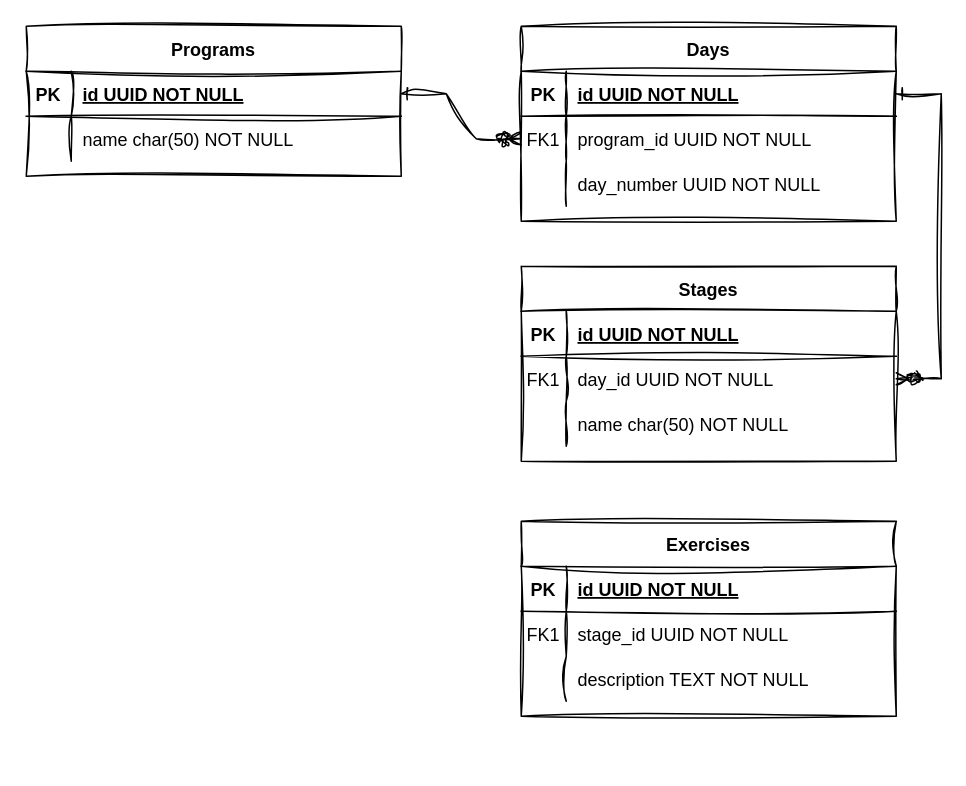
This is workout-tracker.drawio from cjcoops/workout-tracker, a draw.io file, before an edit. Source tidied: cells renumbered, new cells numbered last; positions are measured from the earlier drawing's top-left corner, leaving out a move shared by most shapes. Both pictures are drawn from the tidied source at 150%, with x=0, y=0 at pixel (26, 26).
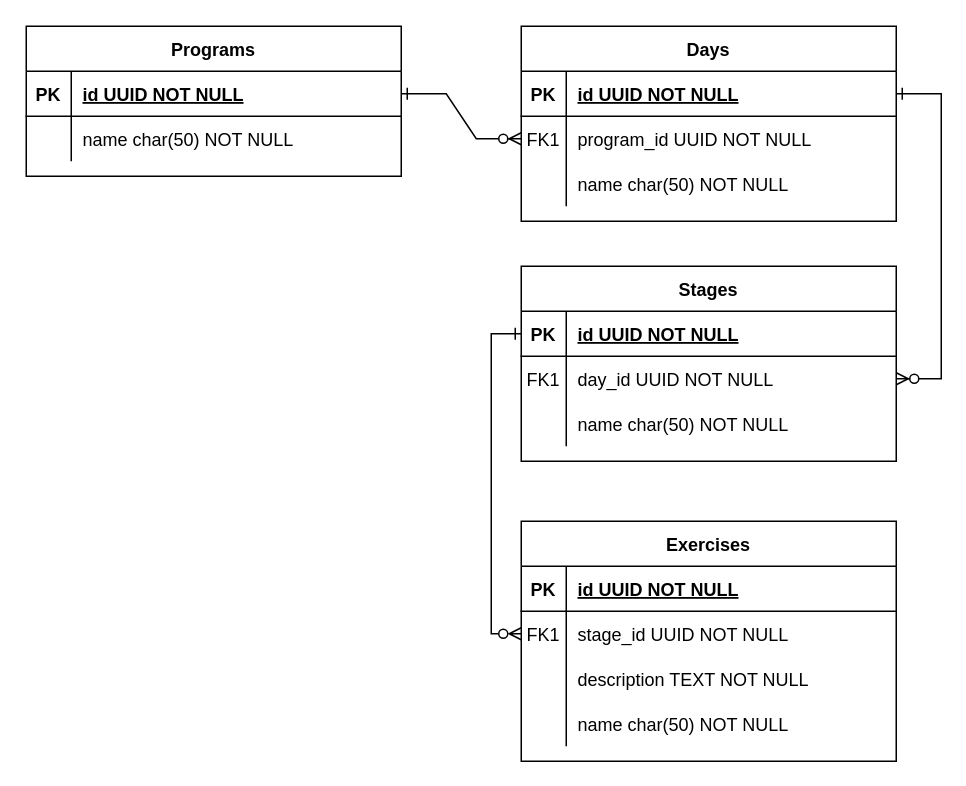
The same page after the edit.

What changed in the source:
```diff
@@
-    <mxCell id="2" style="edgeStyle=entityRelationEdgeStyle;endArrow=ERzeroToMany;startArrow=ERone;endFill=1;startFill=0;rounded=0;sketch=1;curveFitting=1;jiggle=2;" parent="1" edge="1" source="25" target="8">
+    <mxCell id="2" style="edgeStyle=entityRelationEdgeStyle;endArrow=ERzeroToMany;startArrow=ERone;endFill=1;startFill=0;rounded=0;" parent="1" edge="1" source="25" target="8">
       <mxGeometry relative="1" as="geometry" />
     </mxCell>
-    <mxCell id="3" style="edgeStyle=entityRelationEdgeStyle;endArrow=ERzeroToMany;startArrow=ERone;endFill=1;startFill=0;rounded=0;sketch=1;curveFitting=1;jiggle=2;" parent="1" edge="1" source="5" target="18">
+    <mxCell id="3" style="edgeStyle=entityRelationEdgeStyle;endArrow=ERzeroToMany;startArrow=ERone;endFill=1;startFill=0;rounded=0;" parent="1" edge="1" source="5" target="18">
       <mxGeometry relative="1" as="geometry" />
     </mxCell>
-    <mxCell id="4" value="Days" style="shape=table;startSize=30;childLayout=tableLayout;rowLines=0;fontStyle=1;align=center;rounded=0;sketch=1;curveFitting=1;jiggle=2;" parent="1" vertex="1">
+    <mxCell id="4" value="Days" style="shape=table;startSize=30;childLayout=tableLayout;rowLines=0;fontStyle=1;align=center;rounded=0;" parent="1" vertex="1">
       <mxGeometry x="330" width="250" height="130" as="geometry" />
     </mxCell>
-    <mxCell id="5" style="shape=partialRectangle;fillColor=none;points=[[0,0.5],[1,0.5]];portConstraint=eastwest;top=0;left=0;right=0;bottom=1;rounded=0;sketch=1;curveFitting=1;jiggle=2;" parent="4" vertex="1">
+    <mxCell id="5" style="shape=partialRectangle;fillColor=none;points=[[0,0.5],[1,0.5]];portConstraint=eastwest;top=0;left=0;right=0;bottom=1;rounded=0;" parent="4" vertex="1">
       <mxGeometry y="30" width="250" height="30" as="geometry" />
     </mxCell>
-    <mxCell id="6" value="PK" style="shape=partialRectangle;overflow=hidden;fillColor=none;top=0;left=0;bottom=0;right=0;fontStyle=1;rounded=0;sketch=1;curveFitting=1;jiggle=2;" parent="5" vertex="1">
+    <mxCell id="6" value="PK" style="shape=partialRectangle;overflow=hidden;fillColor=none;top=0;left=0;bottom=0;right=0;fontStyle=1;rounded=0;" parent="5" vertex="1">
       <mxGeometry width="30" height="30" as="geometry" />
     </mxCell>
-    <mxCell id="7" value="id UUID NOT NULL " style="shape=partialRectangle;overflow=hidden;fillColor=none;top=0;left=0;bottom=0;right=0;align=left;spacingLeft=6;fontStyle=5;rounded=0;sketch=1;curveFitting=1;jiggle=2;" parent="5" vertex="1">
+    <mxCell id="7" value="id UUID NOT NULL " style="shape=partialRectangle;overflow=hidden;fillColor=none;top=0;left=0;bottom=0;right=0;align=left;spacingLeft=6;fontStyle=5;rounded=0;" parent="5" vertex="1">
       <mxGeometry x="30" width="220" height="30" as="geometry" />
     </mxCell>
-    <mxCell id="8" style="shape=partialRectangle;fillColor=none;points=[[0,0.5],[1,0.5]];portConstraint=eastwest;top=0;left=0;right=0;bottom=0;rounded=0;sketch=1;curveFitting=1;jiggle=2;" parent="4" vertex="1">
+    <mxCell id="8" style="shape=partialRectangle;fillColor=none;points=[[0,0.5],[1,0.5]];portConstraint=eastwest;top=0;left=0;right=0;bottom=0;rounded=0;" parent="4" vertex="1">
       <mxGeometry y="60" width="250" height="30" as="geometry" />
     </mxCell>
-    <mxCell id="9" value="FK1" style="shape=partialRectangle;overflow=hidden;fillColor=none;top=0;left=0;bottom=0;right=0;rounded=0;sketch=1;curveFitting=1;jiggle=2;" parent="8" vertex="1">
+    <mxCell id="9" value="FK1" style="shape=partialRectangle;overflow=hidden;fillColor=none;top=0;left=0;bottom=0;right=0;rounded=0;" parent="8" vertex="1">
       <mxGeometry width="30" height="30" as="geometry" />
     </mxCell>
-    <mxCell id="10" value="program_id UUID NOT NULL" style="shape=partialRectangle;overflow=hidden;fillColor=none;top=0;left=0;bottom=0;right=0;align=left;spacingLeft=6;rounded=0;sketch=1;curveFitting=1;jiggle=2;" parent="8" vertex="1">
+    <mxCell id="10" value="program_id UUID NOT NULL" style="shape=partialRectangle;overflow=hidden;fillColor=none;top=0;left=0;bottom=0;right=0;align=left;spacingLeft=6;rounded=0;" parent="8" vertex="1">
       <mxGeometry x="30" width="220" height="30" as="geometry" />
     </mxCell>
-    <mxCell id="11" style="shape=partialRectangle;fillColor=none;top=0;left=0;right=0;bottom=0;rounded=0;sketch=1;curveFitting=1;jiggle=2;" parent="4" vertex="1">
+    <mxCell id="11" style="shape=partialRectangle;fillColor=none;top=0;left=0;right=0;bottom=0;rounded=0;" parent="4" vertex="1">
       <mxGeometry y="90" width="250" height="30" as="geometry" />
     </mxCell>
-    <mxCell id="12" style="shape=partialRectangle;overflow=hidden;fillColor=none;top=0;left=0;bottom=0;right=0;rounded=0;sketch=1;curveFitting=1;jiggle=2;" parent="11" vertex="1">
+    <mxCell id="12" style="shape=partialRectangle;overflow=hidden;fillColor=none;top=0;left=0;bottom=0;right=0;rounded=0;" parent="11" vertex="1">
       <mxGeometry width="30" height="30" as="geometry" />
     </mxCell>
-    <mxCell id="13" value="day_number UUID NOT NULL" style="shape=partialRectangle;overflow=hidden;fillColor=none;top=0;left=0;bottom=0;right=0;align=left;spacingLeft=6;rounded=0;sketch=1;curveFitting=1;jiggle=2;" parent="11" vertex="1">
+    <mxCell id="13" value="name char(50) NOT NULL" style="shape=partialRectangle;overflow=hidden;fillColor=none;top=0;left=0;bottom=0;right=0;align=left;spacingLeft=6;rounded=0;" parent="11" vertex="1">
       <mxGeometry x="30" width="220" height="30" as="geometry" />
     </mxCell>
-    <mxCell id="14" value="Stages" style="shape=table;startSize=30;childLayout=tableLayout;rowLines=0;fontStyle=1;align=center;rounded=0;sketch=1;curveFitting=1;jiggle=2;" parent="1" vertex="1">
+    <mxCell id="14" value="Stages" style="shape=table;startSize=30;childLayout=tableLayout;rowLines=0;fontStyle=1;align=center;rounded=0;" parent="1" vertex="1">
       <mxGeometry x="330" y="160" width="250" height="130" as="geometry" />
     </mxCell>
-    <mxCell id="15" style="shape=partialRectangle;fillColor=none;points=[[0,0.5],[1,0.5]];portConstraint=eastwest;top=0;left=0;right=0;bottom=1;rounded=0;sketch=1;curveFitting=1;jiggle=2;" parent="14" vertex="1">
+    <mxCell id="15" style="shape=partialRectangle;fillColor=none;points=[[0,0.5],[1,0.5]];portConstraint=eastwest;top=0;left=0;right=0;bottom=1;rounded=0;" parent="14" vertex="1">
       <mxGeometry y="30" width="250" height="30" as="geometry" />
     </mxCell>
-    <mxCell id="16" value="PK" style="shape=partialRectangle;overflow=hidden;fillColor=none;top=0;left=0;bottom=0;right=0;fontStyle=1;rounded=0;sketch=1;curveFitting=1;jiggle=2;" parent="15" vertex="1">
+    <mxCell id="16" value="PK" style="shape=partialRectangle;overflow=hidden;fillColor=none;top=0;left=0;bottom=0;right=0;fontStyle=1;rounded=0;" parent="15" vertex="1">
       <mxGeometry width="30" height="30" as="geometry" />
     </mxCell>
-    <mxCell id="17" value="id UUID NOT NULL " style="shape=partialRectangle;overflow=hidden;fillColor=none;top=0;left=0;bottom=0;right=0;align=left;spacingLeft=6;fontStyle=5;rounded=0;sketch=1;curveFitting=1;jiggle=2;" parent="15" vertex="1">
+    <mxCell id="17" value="id UUID NOT NULL " style="shape=partialRectangle;overflow=hidden;fillColor=none;top=0;left=0;bottom=0;right=0;align=left;spacingLeft=6;fontStyle=5;rounded=0;" parent="15" vertex="1">
       <mxGeometry x="30" width="220" height="30" as="geometry" />
     </mxCell>
-    <mxCell id="18" style="shape=partialRectangle;fillColor=none;points=[[0,0.5],[1,0.5]];portConstraint=eastwest;top=0;left=0;right=0;bottom=0;rounded=0;sketch=1;curveFitting=1;jiggle=2;" parent="14" vertex="1">
+    <mxCell id="18" style="shape=partialRectangle;fillColor=none;points=[[0,0.5],[1,0.5]];portConstraint=eastwest;top=0;left=0;right=0;bottom=0;rounded=0;" parent="14" vertex="1">
       <mxGeometry y="60" width="250" height="30" as="geometry" />
     </mxCell>
-    <mxCell id="19" value="FK1" style="shape=partialRectangle;overflow=hidden;fillColor=none;top=0;left=0;bottom=0;right=0;rounded=0;sketch=1;curveFitting=1;jiggle=2;" parent="18" vertex="1">
+    <mxCell id="19" value="FK1" style="shape=partialRectangle;overflow=hidden;fillColor=none;top=0;left=0;bottom=0;right=0;rounded=0;" parent="18" vertex="1">
       <mxGeometry width="30" height="30" as="geometry" />
     </mxCell>
-    <mxCell id="20" value="day_id UUID NOT NULL" style="shape=partialRectangle;overflow=hidden;fillColor=none;top=0;left=0;bottom=0;right=0;align=left;spacingLeft=6;rounded=0;sketch=1;curveFitting=1;jiggle=2;" parent="18" vertex="1">
+    <mxCell id="20" value="day_id UUID NOT NULL" style="shape=partialRectangle;overflow=hidden;fillColor=none;top=0;left=0;bottom=0;right=0;align=left;spacingLeft=6;rounded=0;" parent="18" vertex="1">
       <mxGeometry x="30" width="220" height="30" as="geometry" />
     </mxCell>
-    <mxCell id="21" style="shape=partialRectangle;fillColor=none;top=0;left=0;right=0;bottom=0;rounded=0;sketch=1;curveFitting=1;jiggle=2;" parent="14" vertex="1">
+    <mxCell id="21" style="shape=partialRectangle;fillColor=none;top=0;left=0;right=0;bottom=0;rounded=0;" parent="14" vertex="1">
       <mxGeometry y="90" width="250" height="30" as="geometry" />
     </mxCell>
-    <mxCell id="22" style="shape=partialRectangle;overflow=hidden;fillColor=none;top=0;left=0;bottom=0;right=0;rounded=0;sketch=1;curveFitting=1;jiggle=2;" parent="21" vertex="1">
+    <mxCell id="22" style="shape=partialRectangle;overflow=hidden;fillColor=none;top=0;left=0;bottom=0;right=0;rounded=0;" parent="21" vertex="1">
       <mxGeometry width="30" height="30" as="geometry" />
     </mxCell>
-    <mxCell id="23" value="name char(50) NOT NULL" style="shape=partialRectangle;overflow=hidden;fillColor=none;top=0;left=0;bottom=0;right=0;align=left;spacingLeft=6;rounded=0;sketch=1;curveFitting=1;jiggle=2;" parent="21" vertex="1">
+    <mxCell id="23" value="name char(50) NOT NULL" style="shape=partialRectangle;overflow=hidden;fillColor=none;top=0;left=0;bottom=0;right=0;align=left;spacingLeft=6;rounded=0;" parent="21" vertex="1">
       <mxGeometry x="30" width="220" height="30" as="geometry" />
     </mxCell>
-    <mxCell id="24" value="Programs" style="shape=table;startSize=30;childLayout=tableLayout;rowLines=0;fontStyle=1;align=center;rounded=0;sketch=1;curveFitting=1;jiggle=2;" parent="1" vertex="1">
+    <mxCell id="24" value="Programs" style="shape=table;startSize=30;childLayout=tableLayout;rowLines=0;fontStyle=1;align=center;rounded=0;" parent="1" vertex="1">
       <mxGeometry width="250" height="100" as="geometry" />
     </mxCell>
-    <mxCell id="25" style="shape=partialRectangle;fillColor=none;points=[[0,0.5],[1,0.5]];portConstraint=eastwest;top=0;left=0;right=0;bottom=1;rounded=0;sketch=1;curveFitting=1;jiggle=2;" parent="24" vertex="1">
+    <mxCell id="25" style="shape=partialRectangle;fillColor=none;points=[[0,0.5],[1,0.5]];portConstraint=eastwest;top=0;left=0;right=0;bottom=1;rounded=0;" parent="24" vertex="1">
       <mxGeometry y="30" width="250" height="30" as="geometry" />
     </mxCell>
-    <mxCell id="26" value="PK" style="shape=partialRectangle;overflow=hidden;fillColor=none;top=0;left=0;bottom=0;right=0;fontStyle=1;rounded=0;sketch=1;curveFitting=1;jiggle=2;" parent="25" vertex="1">
+    <mxCell id="26" value="PK" style="shape=partialRectangle;overflow=hidden;fillColor=none;top=0;left=0;bottom=0;right=0;fontStyle=1;rounded=0;" parent="25" vertex="1">
       <mxGeometry width="30" height="30" as="geometry" />
     </mxCell>
-    <mxCell id="27" value="id UUID NOT NULL " style="shape=partialRectangle;overflow=hidden;fillColor=none;top=0;left=0;bottom=0;right=0;align=left;spacingLeft=6;fontStyle=5;rounded=0;sketch=1;curveFitting=1;jiggle=2;" parent="25" vertex="1">
+    <mxCell id="27" value="id UUID NOT NULL " style="shape=partialRectangle;overflow=hidden;fillColor=none;top=0;left=0;bottom=0;right=0;align=left;spacingLeft=6;fontStyle=5;rounded=0;" parent="25" vertex="1">
       <mxGeometry x="30" width="220" height="30" as="geometry" />
     </mxCell>
-    <mxCell id="28" style="shape=partialRectangle;fillColor=none;top=0;left=0;right=0;bottom=0;rounded=0;sketch=1;curveFitting=1;jiggle=2;" parent="24" vertex="1">
+    <mxCell id="28" style="shape=partialRectangle;fillColor=none;top=0;left=0;right=0;bottom=0;rounded=0;" parent="24" vertex="1">
       <mxGeometry y="60" width="250" height="30" as="geometry" />
     </mxCell>
-    <mxCell id="29" style="shape=partialRectangle;overflow=hidden;fillColor=none;top=0;left=0;bottom=0;right=0;rounded=0;sketch=1;curveFitting=1;jiggle=2;" parent="28" vertex="1">
+    <mxCell id="29" style="shape=partialRectangle;overflow=hidden;fillColor=none;top=0;left=0;bottom=0;right=0;rounded=0;" parent="28" vertex="1">
       <mxGeometry width="30" height="30" as="geometry" />
     </mxCell>
-    <mxCell id="30" value="name char(50) NOT NULL" style="shape=partialRectangle;overflow=hidden;fillColor=none;top=0;left=0;bottom=0;right=0;align=left;spacingLeft=6;rounded=0;sketch=1;curveFitting=1;jiggle=2;" parent="28" vertex="1">
+    <mxCell id="30" value="name char(50) NOT NULL" style="shape=partialRectangle;overflow=hidden;fillColor=none;top=0;left=0;bottom=0;right=0;align=left;spacingLeft=6;rounded=0;" parent="28" vertex="1">
       <mxGeometry x="30" width="220" height="30" as="geometry" />
     </mxCell>
-    <mxCell id="31" value="Exercises" style="shape=table;startSize=30;childLayout=tableLayout;rowLines=0;fontStyle=1;align=center;rounded=0;sketch=1;curveFitting=1;jiggle=2;" parent="1" vertex="1">
-      <mxGeometry x="330" y="330" width="250" height="130" as="geometry" />
+    <mxCell id="31" value="Exercises" style="shape=table;startSize=30;childLayout=tableLayout;rowLines=0;fontStyle=1;align=center;rounded=0;" parent="1" vertex="1">
+      <mxGeometry x="330" y="330" width="250" height="160" as="geometry" />
     </mxCell>
-    <mxCell id="32" style="shape=partialRectangle;fillColor=none;top=0;left=0;right=0;bottom=1;rounded=0;sketch=1;curveFitting=1;jiggle=2;" parent="31" vertex="1">
+    <mxCell id="32" style="shape=partialRectangle;fillColor=none;top=0;left=0;right=0;bottom=1;rounded=0;" parent="31" vertex="1">
       <mxGeometry y="30" width="250" height="30" as="geometry" />
     </mxCell>
-    <mxCell id="33" value="PK" style="shape=partialRectangle;overflow=hidden;fillColor=none;top=0;left=0;bottom=0;right=0;fontStyle=1;rounded=0;sketch=1;curveFitting=1;jiggle=2;" parent="32" vertex="1">
+    <mxCell id="33" value="PK" style="shape=partialRectangle;overflow=hidden;fillColor=none;top=0;left=0;bottom=0;right=0;fontStyle=1;rounded=0;" parent="32" vertex="1">
       <mxGeometry width="30" height="30" as="geometry" />
     </mxCell>
-    <mxCell id="34" value="id UUID NOT NULL " style="shape=partialRectangle;overflow=hidden;fillColor=none;top=0;left=0;bottom=0;right=0;align=left;spacingLeft=6;fontStyle=5;rounded=0;sketch=1;curveFitting=1;jiggle=2;" parent="32" vertex="1">
+    <mxCell id="34" value="id UUID NOT NULL " style="shape=partialRectangle;overflow=hidden;fillColor=none;top=0;left=0;bottom=0;right=0;align=left;spacingLeft=6;fontStyle=5;rounded=0;" parent="32" vertex="1">
       <mxGeometry x="30" width="220" height="30" as="geometry" />
     </mxCell>
-    <mxCell id="35" style="shape=partialRectangle;fillColor=none;points=[[0,0.5],[1,0.5]];portConstraint=eastwest;top=0;left=0;right=0;bottom=0;rounded=0;sketch=1;curveFitting=1;jiggle=2;" parent="31" vertex="1">
+    <mxCell id="35" style="shape=partialRectangle;fillColor=none;points=[[0,0.5],[1,0.5]];portConstraint=eastwest;top=0;left=0;right=0;bottom=0;rounded=0;" parent="31" vertex="1">
       <mxGeometry y="60" width="250" height="30" as="geometry" />
     </mxCell>
-    <mxCell id="36" value="FK1" style="shape=partialRectangle;overflow=hidden;fillColor=none;top=0;left=0;bottom=0;right=0;rounded=0;sketch=1;curveFitting=1;jiggle=2;" parent="35" vertex="1">
+    <mxCell id="36" value="FK1" style="shape=partialRectangle;overflow=hidden;fillColor=none;top=0;left=0;bottom=0;right=0;rounded=0;" parent="35" vertex="1">
       <mxGeometry width="30" height="30" as="geometry" />
     </mxCell>
-    <mxCell id="37" value="stage_id UUID NOT NULL" style="shape=partialRectangle;overflow=hidden;fillColor=none;top=0;left=0;bottom=0;right=0;align=left;spacingLeft=6;rounded=0;sketch=1;curveFitting=1;jiggle=2;" parent="35" vertex="1">
+    <mxCell id="37" value="stage_id UUID NOT NULL" style="shape=partialRectangle;overflow=hidden;fillColor=none;top=0;left=0;bottom=0;right=0;align=left;spacingLeft=6;rounded=0;" parent="35" vertex="1">
       <mxGeometry x="30" width="220" height="30" as="geometry" />
     </mxCell>
-    <mxCell id="38" style="shape=partialRectangle;fillColor=none;top=0;left=0;right=0;bottom=0;rounded=0;sketch=1;curveFitting=1;jiggle=2;" parent="31" vertex="1">
+    <mxCell id="38" style="shape=partialRectangle;fillColor=none;top=0;left=0;right=0;bottom=0;rounded=0;" parent="31" vertex="1">
       <mxGeometry y="90" width="250" height="30" as="geometry" />
     </mxCell>
-    <mxCell id="39" style="shape=partialRectangle;overflow=hidden;fillColor=none;top=0;left=0;bottom=0;right=0;rounded=0;sketch=1;curveFitting=1;jiggle=2;" parent="38" vertex="1">
+    <mxCell id="39" style="shape=partialRectangle;overflow=hidden;fillColor=none;top=0;left=0;bottom=0;right=0;rounded=0;" parent="38" vertex="1">
       <mxGeometry width="30" height="30" as="geometry" />
     </mxCell>
-    <mxCell id="40" value="description TEXT NOT NULL" style="shape=partialRectangle;overflow=hidden;fillColor=none;top=0;left=0;bottom=0;right=0;align=left;spacingLeft=6;rounded=0;sketch=1;curveFitting=1;jiggle=2;" parent="38" vertex="1">
+    <mxCell id="40" value="description TEXT NOT NULL" style="shape=partialRectangle;overflow=hidden;fillColor=none;top=0;left=0;bottom=0;right=0;align=left;spacingLeft=6;rounded=0;" parent="38" vertex="1">
       <mxGeometry x="30" width="220" height="30" as="geometry" />
     </mxCell>
+    <mxCell id="41" style="shape=partialRectangle;fillColor=none;top=0;left=0;right=0;bottom=0;rounded=0;" parent="31" vertex="1">
+      <mxGeometry y="120" width="250" height="30" as="geometry" />
+    </mxCell>
+    <mxCell id="42" style="shape=partialRectangle;overflow=hidden;fillColor=none;top=0;left=0;bottom=0;right=0;rounded=0;" parent="41" vertex="1">
+      <mxGeometry width="30" height="30" as="geometry" />
+    </mxCell>
+    <mxCell id="43" value="name char(50) NOT NULL" style="shape=partialRectangle;overflow=hidden;fillColor=none;top=0;left=0;bottom=0;right=0;align=left;spacingLeft=6;rounded=0;" parent="41" vertex="1">
+      <mxGeometry x="30" width="220" height="30" as="geometry" />
+    </mxCell>
+    <mxCell id="44" style="edgeStyle=orthogonalEdgeStyle;rounded=0;jettySize=auto;html=1;entryX=0;entryY=0.5;entryDx=0;entryDy=0;startArrow=ERone;startFill=0;endArrow=ERzeroToMany;endFill=0;" parent="1" edge="1" source="15" target="35">
+      <mxGeometry relative="1" as="geometry" />
+    </mxCell>
```
